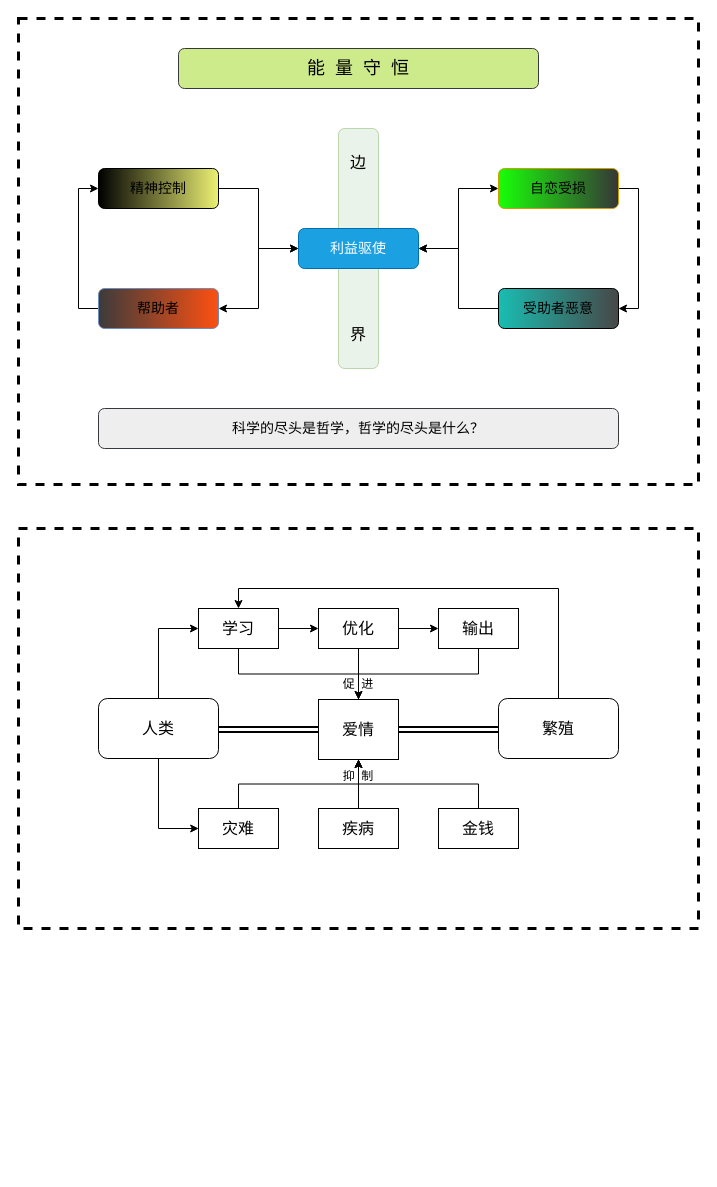
This is page "Philosophy" (7 of 8) of Fig_CS/Figure-Factory.drawio from jizhang02/Figure-Factory, a draw.io file, before an edit. Source tidied: cells renumbered, new cells numbered last; positions are measured from the earlier drawing's top-left corner, leaving out a move shared by most shapes. Both pictures are drawn from the tidied source at 100%, with x=0, y=0 at pixel (18, 18).
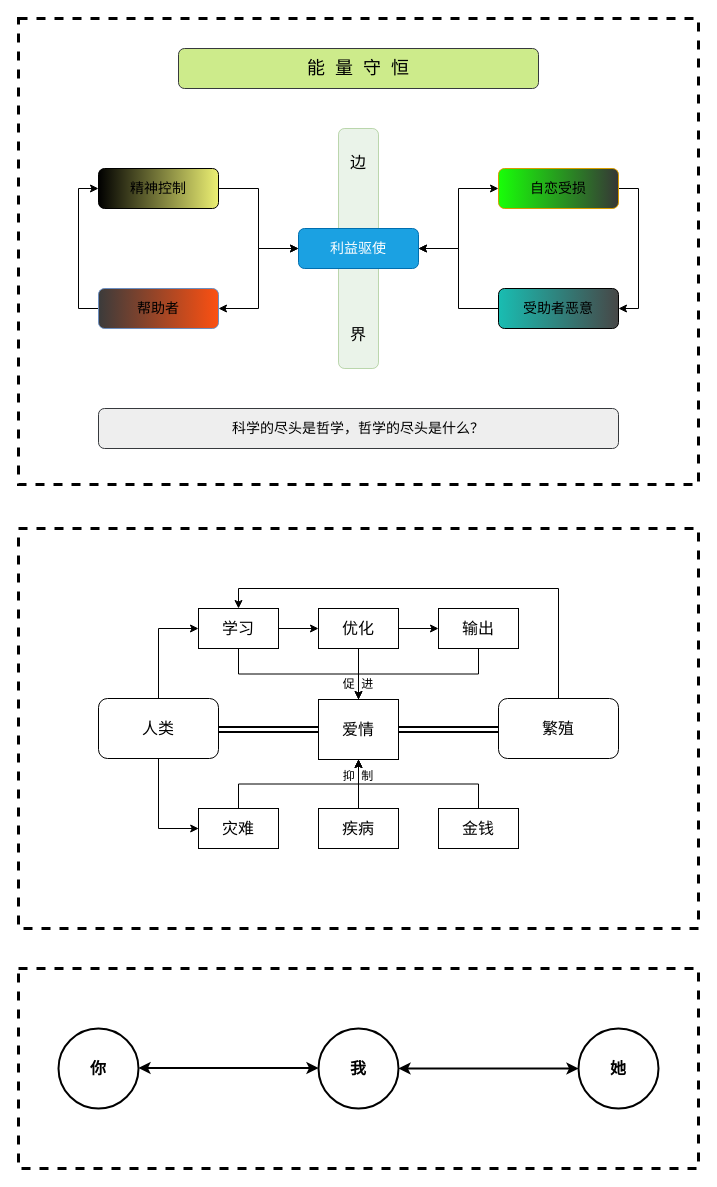
Above is the later version.

The edit, as a diff of the source:
```diff
@@
+    <mxCell id="42" style="rounded=0;whiteSpace=wrap;html=1;strokeColor=#000000;strokeWidth=3;fontSize=15;fillColor=none;dashed=1;" parent="1" vertex="1">
+      <mxGeometry y="950" width="680" height="200" as="geometry" />
+    </mxCell>
+    <mxCell id="43" value="你" style="ellipse;whiteSpace=wrap;html=1;fontSize=16;strokeWidth=2;fontStyle=1;" parent="1" vertex="1">
+      <mxGeometry x="40" y="1010" width="80" height="80" as="geometry" />
+    </mxCell>
+    <mxCell id="44" value="我" style="ellipse;whiteSpace=wrap;html=1;fontSize=16;strokeWidth=2;fontStyle=1;" parent="1" vertex="1">
+      <mxGeometry x="300" y="1010" width="80" height="80" as="geometry" />
+    </mxCell>
+    <mxCell id="45" value="她" style="ellipse;whiteSpace=wrap;html=1;fontSize=16;strokeWidth=2;fontStyle=1;" parent="1" vertex="1">
+      <mxGeometry x="560" y="1010" width="80" height="80" as="geometry" />
+    </mxCell>
+    <mxCell id="46" style="endArrow=classic;startArrow=classic;html=1;fontColor=#FF3333;rounded=0;entryX=0;entryY=0.5;entryDx=0;entryDy=0;exitX=1;exitY=0.5;exitDx=0;exitDy=0;strokeWidth=2;" parent="1" edge="1" source="44" target="45">
+      <mxGeometry relative="1" as="geometry" />
+    </mxCell>
+    <mxCell id="47" style="endArrow=classic;startArrow=classic;html=1;fontColor=#FF3333;rounded=0;entryX=0;entryY=0.5;entryDx=0;entryDy=0;exitX=1;exitY=0.5;exitDx=0;exitDy=0;strokeWidth=2;" parent="1" edge="1">
+      <mxGeometry relative="1" as="geometry">
+        <mxPoint x="120" y="1049.5" as="sourcePoint" />
+        <mxPoint x="300" y="1049.5" as="targetPoint" />
+      </mxGeometry>
+    </mxCell>
```
